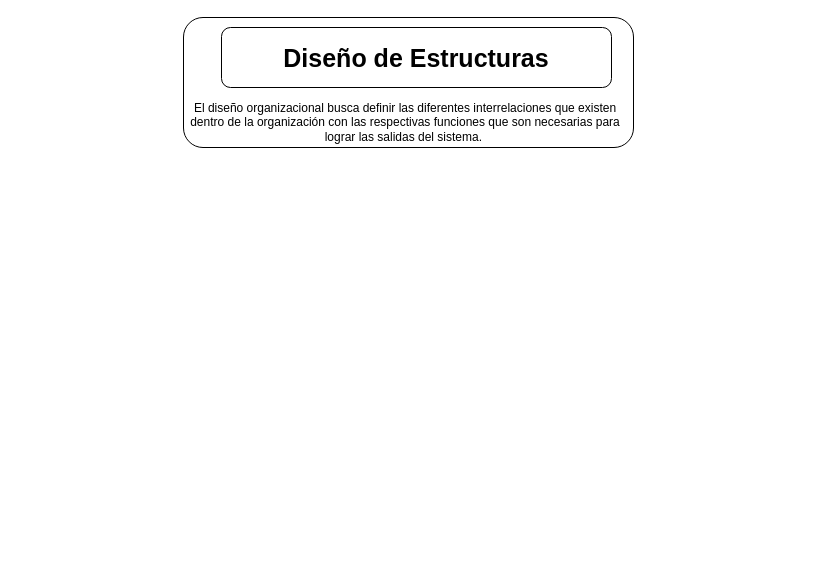
This is Primer Parcial Sistemas.drawio from PsyKloX/nextjs-course, a draw.io file, before an edit. Source tidied: cells renumbered, new cells numbered last; positions are measured from the earlier drawing's top-left corner, leaving out a move shared by most shapes. Both pictures are drawn from the tidied source at 100%, with x=0, y=0 at pixel (177, 17).
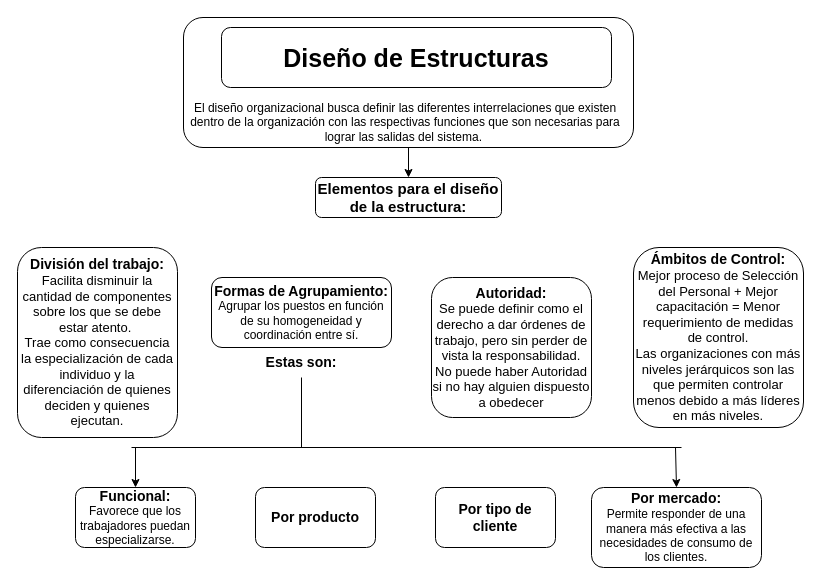
The same diagram, later.

The change refers to these unchanged cells:
```xml
<mxCell id="4" style="rounded=1;whiteSpace=wrap;html=1;fillColor=none;" parent="1" vertex="1">
  <mxGeometry x="6" width="450" height="130" as="geometry" />
</mxCell>
```

Diff of the diagram source:
```diff
@@
+    <mxCell id="5" style="edgeStyle=orthogonalEdgeStyle;rounded=0;jettySize=auto;html=1;entryX=0.5;entryY=0;entryDx=0;entryDy=0;" parent="1" edge="1" source="4" target="6">
+      <mxGeometry relative="1" as="geometry" />
+    </mxCell>
@@
+    <mxCell id="6" value="&lt;b&gt;&lt;font style=&quot;font-size: 15px;&quot;&gt;Elementos para el diseño de la estructura:&lt;/font&gt;&lt;/b&gt;" style="rounded=1;whiteSpace=wrap;html=1;" parent="1" vertex="1">
+      <mxGeometry x="138" y="160" width="186" height="40" as="geometry" />
+    </mxCell>
+    <mxCell id="7" value="&lt;font style=&quot;font-size: 14px;&quot;&gt;&lt;b style=&quot;&quot;&gt;División del trabajo:&lt;/b&gt;&lt;/font&gt;&lt;div style=&quot;&quot;&gt;&lt;font style=&quot;font-size: 13px;&quot;&gt;Facilita disminuir la cantidad de componentes sobre los que se debe estar atento.&amp;nbsp;&lt;/font&gt;&lt;/div&gt;&lt;div style=&quot;&quot;&gt;&lt;font style=&quot;font-size: 13px;&quot;&gt;Trae como consecuencia la especialización de cada individuo y la diferenciación de quienes deciden y quienes ejecutan.&lt;/font&gt;&lt;/div&gt;" style="rounded=1;whiteSpace=wrap;html=1;" parent="1" vertex="1">
+      <mxGeometry x="-160" y="230" width="160" height="190" as="geometry" />
+    </mxCell>
+    <mxCell id="8" value="&lt;b style=&quot;font-size: 14px;&quot;&gt;&lt;font style=&quot;font-size: 14px;&quot;&gt;Ámbitos de Control:&lt;/font&gt;&lt;/b&gt;&lt;div style=&quot;&quot;&gt;&lt;font style=&quot;font-size: 13px;&quot;&gt;Mejor proceso de Selección del Personal + Mejor capacitación = Menor requerimiento de medidas de control.&lt;/font&gt;&lt;/div&gt;&lt;div style=&quot;&quot;&gt;&lt;font style=&quot;font-size: 13px;&quot;&gt;Las organizaciones con más niveles jerárquicos son las que permiten controlar menos debido a más líderes en más niveles.&lt;/font&gt;&lt;/div&gt;" style="rounded=1;whiteSpace=wrap;html=1;" parent="1" vertex="1">
+      <mxGeometry x="456" y="230" width="170" height="180" as="geometry" />
+    </mxCell>
+    <mxCell id="9" value="&lt;b&gt;&lt;font style=&quot;font-size: 14px;&quot;&gt;Autoridad:&lt;/font&gt;&lt;/b&gt;&lt;div&gt;&lt;font style=&quot;font-size: 13px;&quot;&gt;Se puede definir como el derecho a dar órdenes de trabajo, pero sin perder de vista la responsabilidad. No puede haber Autoridad si no hay alguien dispuesto a obedecer&lt;/font&gt;&lt;/div&gt;" style="rounded=1;whiteSpace=wrap;html=1;" parent="1" vertex="1">
+      <mxGeometry x="254" y="260" width="160" height="140" as="geometry" />
+    </mxCell>
+    <mxCell id="10" value="&lt;b&gt;&lt;font style=&quot;font-size: 14px;&quot;&gt;Formas de Agrupamiento:&lt;/font&gt;&lt;/b&gt;&lt;div&gt;Agrupar los puestos en función de su homogeneidad y coordinación entre sí.&lt;/div&gt;" style="rounded=1;whiteSpace=wrap;html=1;" parent="1" vertex="1">
+      <mxGeometry x="34" y="260" width="180" height="70" as="geometry" />
+    </mxCell>
+    <mxCell id="11" value="&lt;b&gt;&lt;font style=&quot;font-size: 14px;&quot;&gt;Estas son:&lt;/font&gt;&lt;/b&gt;" style="text;html=1;align=center;verticalAlign=middle;whiteSpace=wrap;rounded=0;" parent="1" vertex="1">
+      <mxGeometry x="79" y="330" width="90" height="30" as="geometry" />
+    </mxCell>
+    <mxCell id="12" style="endArrow=none;html=1;rounded=0;entryX=0.5;entryY=1;entryDx=0;entryDy=0;" parent="1" edge="1" target="11">
+      <mxGeometry relative="1" as="geometry">
+        <mxPoint x="124" y="430" as="sourcePoint" />
+      </mxGeometry>
+    </mxCell>
+    <mxCell id="13" value="&lt;font style=&quot;font-size: 14px;&quot;&gt;&lt;b&gt;Funcional:&lt;/b&gt;&lt;/font&gt;&lt;div&gt;&lt;font style=&quot;font-size: 12px;&quot;&gt;Favorece que los trabajadores puedan especializarse.&lt;/font&gt;&lt;/div&gt;" style="rounded=1;whiteSpace=wrap;html=1;" parent="1" vertex="1">
+      <mxGeometry x="-102" y="470" width="120" height="60" as="geometry" />
+    </mxCell>
+    <mxCell id="14" value="&lt;font style=&quot;font-size: 14px;&quot;&gt;&lt;b&gt;Por producto&lt;/b&gt;&lt;/font&gt;" style="rounded=1;whiteSpace=wrap;html=1;" parent="1" vertex="1">
+      <mxGeometry x="78" y="470" width="120" height="60" as="geometry" />
+    </mxCell>
+    <mxCell id="15" value="&lt;b&gt;&lt;font style=&quot;font-size: 14px;&quot;&gt;Por tipo de cliente&lt;/font&gt;&lt;/b&gt;" style="rounded=1;whiteSpace=wrap;html=1;" parent="1" vertex="1">
+      <mxGeometry x="258" y="470" width="120" height="60" as="geometry" />
+    </mxCell>
+    <mxCell id="16" value="&lt;b style=&quot;font-size: 14px;&quot;&gt;Por mercado:&lt;br&gt;&lt;/b&gt;Permite responder de una manera más efectiva a las necesidades de consumo de los clientes." style="rounded=1;whiteSpace=wrap;html=1;" parent="1" vertex="1">
+      <mxGeometry x="414" y="470" width="170" height="80" as="geometry" />
+    </mxCell>
+    <mxCell id="17" style="endArrow=none;html=1;rounded=0;" parent="1" edge="1">
+      <mxGeometry relative="1" as="geometry">
+        <mxPoint x="-46" y="430" as="sourcePoint" />
+        <mxPoint x="504" y="430" as="targetPoint" />
+      </mxGeometry>
+    </mxCell>
+    <mxCell id="18" style="endArrow=classic;html=1;rounded=0;entryX=0.5;entryY=0;entryDx=0;entryDy=0;" parent="1" edge="1" target="13">
+      <mxGeometry relative="1" as="geometry">
+        <mxPoint x="-42" y="430" as="sourcePoint" />
+      </mxGeometry>
+    </mxCell>
+    <mxCell id="19" style="endArrow=classic;html=1;rounded=0;entryX=0.5;entryY=0;entryDx=0;entryDy=0;" parent="1" edge="1" target="16">
+      <mxGeometry relative="1" as="geometry">
+        <mxPoint x="498" y="430" as="sourcePoint" />
+      </mxGeometry>
+    </mxCell>
```
